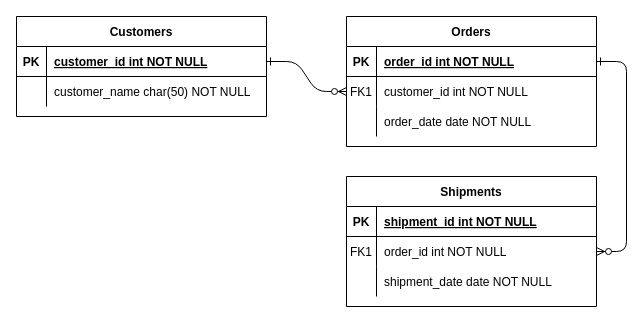
Above: database-diagrams/db-schema.drawio in J4nnn/comunidad-uis (draw.io), before the change. Source tidied: cells renumbered, new cells numbered last; positions are measured from the earlier drawing's top-left corner, leaving out a move shared by most shapes. Both pictures are drawn from the tidied source at 100%, with x=0, y=0 at pixel (16, 16).
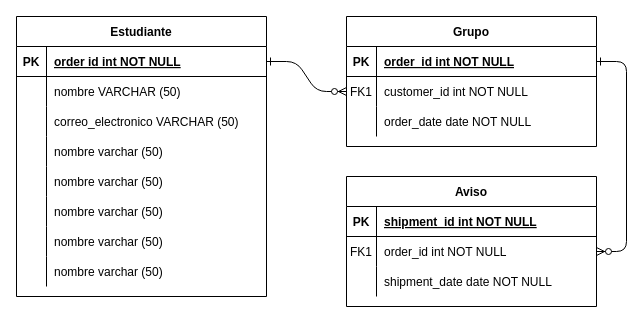
Above is the later version.

Unchanged cells that the change refers to:
```xml
<mxCell id="25" style="shape=partialRectangle;fillColor=none;points=[[0,0.5],[1,0.5]];portConstraint=eastwest;top=0;left=0;right=0;bottom=1;" parent="24" vertex="1">
  <mxGeometry y="30" width="250" height="30" as="geometry" />
</mxCell>
<mxCell id="28" style="shape=partialRectangle;fillColor=none;top=0;left=0;right=0;bottom=0;" parent="24" vertex="1">
  <mxGeometry y="60" width="250" height="30" as="geometry" />
</mxCell>
```

What changed in the source:
```diff
@@
-    <mxCell id="4" value="Orders" style="shape=table;startSize=30;childLayout=tableLayout;rowLines=0;fontStyle=1;align=center;" parent="1" vertex="1">
+    <mxCell id="4" value="Grupo" style="shape=table;startSize=30;childLayout=tableLayout;rowLines=0;fontStyle=1;align=center;" parent="1" vertex="1">
       <mxGeometry x="330" width="250" height="130" as="geometry" />
     </mxCell>
@@
-    <mxCell id="14" value="Shipments" style="shape=table;startSize=30;childLayout=tableLayout;rowLines=0;fontStyle=1;align=center;" parent="1" vertex="1">
+    <mxCell id="14" value="Aviso" style="shape=table;startSize=30;childLayout=tableLayout;rowLines=0;fontStyle=1;align=center;" parent="1" vertex="1">
       <mxGeometry x="330" y="160" width="250" height="130" as="geometry" />
     </mxCell>
@@
-    <mxCell id="24" value="Customers" style="shape=table;startSize=30;childLayout=tableLayout;rowLines=0;fontStyle=1;align=center;" parent="1" vertex="1">
-      <mxGeometry width="250" height="100" as="geometry" />
+    <mxCell id="24" value="Estudiante" style="shape=table;startSize=30;childLayout=tableLayout;rowLines=0;fontStyle=1;align=center;" parent="1" vertex="1">
+      <mxGeometry width="250" height="280" as="geometry" />
     </mxCell>
@@
-    <mxCell id="27" value="customer_id int NOT NULL " style="shape=partialRectangle;overflow=hidden;fillColor=none;top=0;left=0;bottom=0;right=0;align=left;spacingLeft=6;fontStyle=5;" parent="25" vertex="1">
+    <mxCell id="27" value="order id int NOT NULL" style="shape=partialRectangle;overflow=hidden;fillColor=none;top=0;left=0;bottom=0;right=0;align=left;spacingLeft=6;fontStyle=5;" parent="25" vertex="1">
       <mxGeometry x="30" width="220" height="30" as="geometry" />
     </mxCell>
@@
-    <mxCell id="30" value="customer_name char(50) NOT NULL" style="shape=partialRectangle;overflow=hidden;fillColor=none;top=0;left=0;bottom=0;right=0;align=left;spacingLeft=6;" parent="28" vertex="1">
+    <mxCell id="30" value="nombre VARCHAR (50)" style="shape=partialRectangle;overflow=hidden;fillColor=none;top=0;left=0;bottom=0;right=0;align=left;spacingLeft=6;" parent="28" vertex="1">
       <mxGeometry x="30" width="220" height="30" as="geometry" />
     </mxCell>
+    <mxCell id="31" style="shape=partialRectangle;fillColor=none;top=0;left=0;right=0;bottom=0;" parent="24" vertex="1">
+      <mxGeometry y="90" width="250" height="30" as="geometry" />
+    </mxCell>
+    <mxCell id="32" style="shape=partialRectangle;overflow=hidden;fillColor=none;top=0;left=0;bottom=0;right=0;" parent="31" vertex="1">
+      <mxGeometry width="30" height="30" as="geometry" />
+    </mxCell>
+    <mxCell id="33" value="correo_electronico VARCHAR (50)" style="shape=partialRectangle;overflow=hidden;fillColor=none;top=0;left=0;bottom=0;right=0;align=left;spacingLeft=6;" parent="31" vertex="1">
+      <mxGeometry x="30" width="220" height="30" as="geometry" />
+    </mxCell>
+    <mxCell id="34" style="shape=partialRectangle;fillColor=none;top=0;left=0;right=0;bottom=0;" parent="24" vertex="1">
+      <mxGeometry y="120" width="250" height="30" as="geometry" />
+    </mxCell>
+    <mxCell id="35" style="shape=partialRectangle;overflow=hidden;fillColor=none;top=0;left=0;bottom=0;right=0;" parent="34" vertex="1">
+      <mxGeometry width="30" height="30" as="geometry" />
+    </mxCell>
+    <mxCell id="36" value="nombre varchar (50)" style="shape=partialRectangle;overflow=hidden;fillColor=none;top=0;left=0;bottom=0;right=0;align=left;spacingLeft=6;" parent="34" vertex="1">
+      <mxGeometry x="30" width="220" height="30" as="geometry" />
+    </mxCell>
+    <mxCell id="37" style="shape=partialRectangle;fillColor=none;top=0;left=0;right=0;bottom=0;" parent="24" vertex="1">
+      <mxGeometry y="150" width="250" height="30" as="geometry" />
+    </mxCell>
+    <mxCell id="38" style="shape=partialRectangle;overflow=hidden;fillColor=none;top=0;left=0;bottom=0;right=0;" parent="37" vertex="1">
+      <mxGeometry width="30" height="30" as="geometry" />
+    </mxCell>
+    <mxCell id="39" value="nombre varchar (50)" style="shape=partialRectangle;overflow=hidden;fillColor=none;top=0;left=0;bottom=0;right=0;align=left;spacingLeft=6;" parent="37" vertex="1">
+      <mxGeometry x="30" width="220" height="30" as="geometry" />
+    </mxCell>
+    <mxCell id="40" style="shape=partialRectangle;fillColor=none;top=0;left=0;right=0;bottom=0;" parent="24" vertex="1">
+      <mxGeometry y="180" width="250" height="30" as="geometry" />
+    </mxCell>
+    <mxCell id="41" style="shape=partialRectangle;overflow=hidden;fillColor=none;top=0;left=0;bottom=0;right=0;" parent="40" vertex="1">
+      <mxGeometry width="30" height="30" as="geometry" />
+    </mxCell>
+    <mxCell id="42" value="nombre varchar (50)" style="shape=partialRectangle;overflow=hidden;fillColor=none;top=0;left=0;bottom=0;right=0;align=left;spacingLeft=6;" parent="40" vertex="1">
+      <mxGeometry x="30" width="220" height="30" as="geometry" />
+    </mxCell>
+    <mxCell id="43" style="shape=partialRectangle;fillColor=none;top=0;left=0;right=0;bottom=0;" parent="24" vertex="1">
+      <mxGeometry y="210" width="250" height="30" as="geometry" />
+    </mxCell>
+    <mxCell id="44" style="shape=partialRectangle;overflow=hidden;fillColor=none;top=0;left=0;bottom=0;right=0;" parent="43" vertex="1">
+      <mxGeometry width="30" height="30" as="geometry" />
+    </mxCell>
+    <mxCell id="45" value="nombre varchar (50)" style="shape=partialRectangle;overflow=hidden;fillColor=none;top=0;left=0;bottom=0;right=0;align=left;spacingLeft=6;" parent="43" vertex="1">
+      <mxGeometry x="30" width="220" height="30" as="geometry" />
+    </mxCell>
+    <mxCell id="46" style="shape=partialRectangle;fillColor=none;top=0;left=0;right=0;bottom=0;" parent="24" vertex="1">
+      <mxGeometry y="240" width="250" height="30" as="geometry" />
+    </mxCell>
+    <mxCell id="47" style="shape=partialRectangle;overflow=hidden;fillColor=none;top=0;left=0;bottom=0;right=0;" parent="46" vertex="1">
+      <mxGeometry width="30" height="30" as="geometry" />
+    </mxCell>
+    <mxCell id="48" value="nombre varchar (50)" style="shape=partialRectangle;overflow=hidden;fillColor=none;top=0;left=0;bottom=0;right=0;align=left;spacingLeft=6;" parent="46" vertex="1">
+      <mxGeometry x="30" width="220" height="30" as="geometry" />
+    </mxCell>
```
